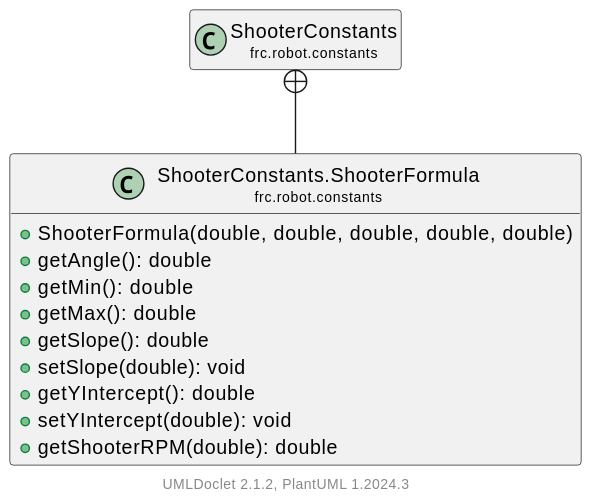
The PlantUML diagram docs/uml/frc/robot/constants/ShooterConstants.ShooterFormula.svg in LakotaRobotics1038/2026RobotProject, before a commit. Source of this version:
```plantuml
@startuml
    set namespaceSeparator none
    hide empty fields
    hide empty methods

    class "<size:14>ShooterConstants.ShooterFormula\n<size:10>frc.robot.constants" as frc.robot.constants.ShooterConstants.ShooterFormula [[ShooterConstants.ShooterFormula.html]] {
        +ShooterFormula(double, double, double, double, double)
        +getAngle(): double
        +getMin(): double
        +getMax(): double
        +getSlope(): double
        +setSlope(double): void
        +getYIntercept(): double
        +setYIntercept(double): void
        +getShooterRPM(double): double
    }

    class "<size:14>ShooterConstants\n<size:10>frc.robot.constants" as frc.robot.constants.ShooterConstants [[ShooterConstants.html]]

    frc.robot.constants.ShooterConstants +-- frc.robot.constants.ShooterConstants.ShooterFormula
    center footer UMLDoclet 2.1.2, PlantUML %version()
@enduml
```
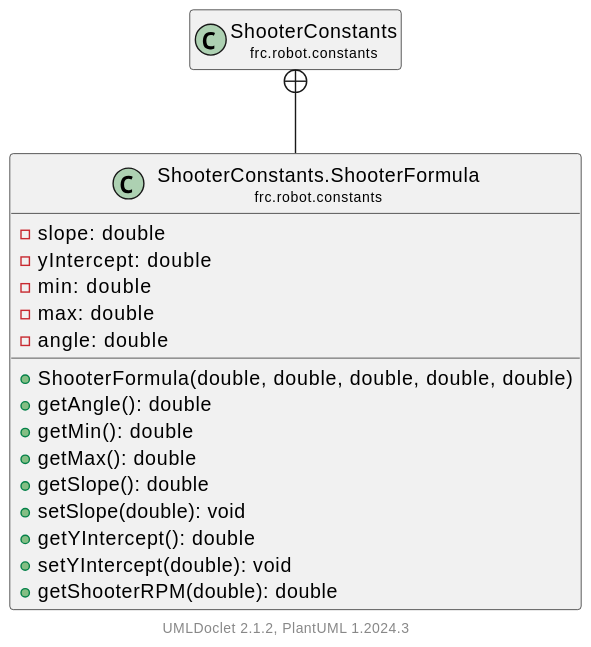
The same file after the commit.

Change to the diagram source:
```diff
@@ -4,6 +4,11 @@
     hide empty methods
 
     class "<size:14>ShooterConstants.ShooterFormula\n<size:10>frc.robot.constants" as frc.robot.constants.ShooterConstants.ShooterFormula [[ShooterConstants.ShooterFormula.html]] {
+        -slope: double
+        -yIntercept: double
+        -min: double
+        -max: double
+        -angle: double
         +ShooterFormula(double, double, double, double, double)
         +getAngle(): double
         +getMin(): double
```
